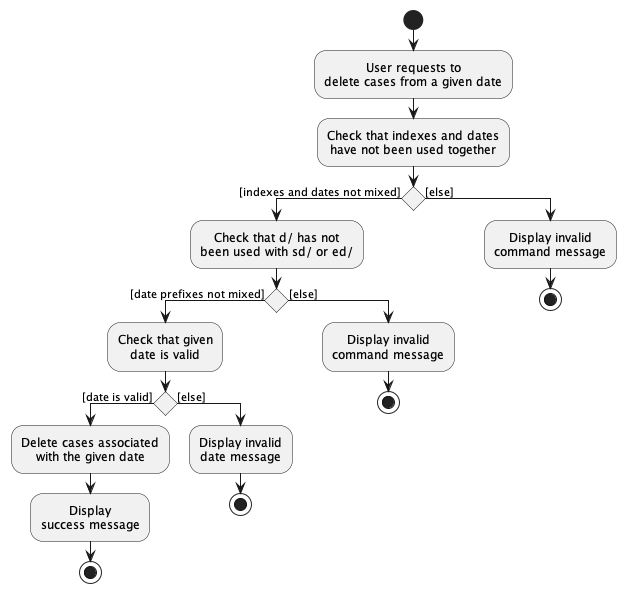
The PlantUML diagram docs/images/DeleteDateActivityDiagram.png in nus-cs2103-AY2223S2/tp, before a commit. Its diagram source:
```plantuml
@startuml
skinparam defaultTextAlignment center

start
:User requests to\ndelete cases from a given date;
:Check that indexes and dates\nhave not been used together;
if () then ([indexes and dates not mixed])
    :Check that d/ has not\nbeen used with sd/ or ed/;

    if () then ([date prefixes not mixed])
        :Check that given\ndate is valid;
        if () then ([date is valid])
            :Delete cases associated\nwith the given date;
            :Display\nsuccess message;
            stop
        else ([else])
            :Display invalid\ndate message;
            stop
        endif
    else ([else])
        :Display invalid\ncommand message;
        stop
    endif
else ([else])
    :Display invalid\ncommand message;
    stop
endif

@enduml
```
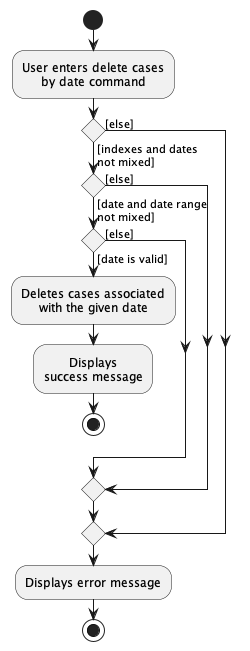
After the change.

Commit message:
Standardise activity diagrams

Diff of the diagram source:
```diff
@@ -2,28 +2,19 @@
 skinparam defaultTextAlignment center
 
 start
-:User requests to\ndelete cases from a given date;
-:Check that indexes and dates\nhave not been used together;
-if () then ([indexes and dates not mixed])
-    :Check that d/ has not\nbeen used with sd/ or ed/;
-
-    if () then ([date prefixes not mixed])
-        :Check that given\ndate is valid;
-        if () then ([date is valid])
-            :Delete cases associated\nwith the given date;
-            :Display\nsuccess message;
-            stop
-        else ([else])
-            :Display invalid\ndate message;
-            stop
-        endif
-    else ([else])
-        :Display invalid\ncommand message;
-        stop
-    endif
+:User enters delete cases\nby date command;
+if () then ([indexes and dates\nnot mixed])
+if () then ([date and date range\nnot mixed])
+if () then ([date is valid])
+    :Deletes cases associated\nwith the given date;
+    :Displays\nsuccess message;
+    stop
 else ([else])
-    :Display invalid\ncommand message;
-    stop
 endif
-
+else ([else])
+endif
+else ([else])
+endif
+:Displays error message;
+stop
 @enduml
```
